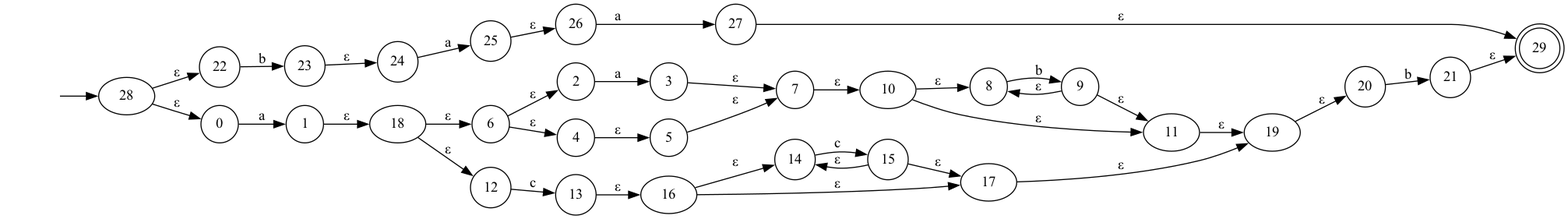
Before: NFA.gv.png, a diagram exported from Graphviz (oscarparedez/compiler-project-1). Its source is kept beside it as NFA.gv.
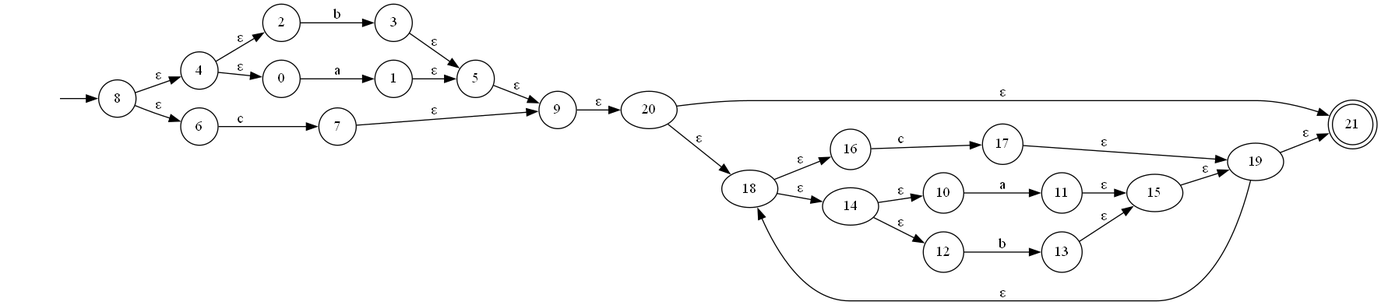
After the commit.

The edit, as a diff of the source:
```diff
@@ -1,64 +1,49 @@
 digraph NFA {
 	graph [rankdir=LR]
 	"" [label="" shape=plaintext]
-	29 [label=29 shape=doublecircle]
+	21 [label=21 shape=doublecircle]
+	9 [label=9 shape=circle]
+	16 [label=16 shape=circle]
+	4 [label=4 shape=circle]
+	17 [label=17 shape=circle]
+	5 [label=5 shape=circle]
+	3 [label=3 shape=circle]
+	10 [label=10 shape=circle]
+	8 [label=8 shape=circle]
+	6 [label=6 shape=circle]
+	7 [label=7 shape=circle]
+	11 [label=11 shape=circle]
+	1 [label=1 shape=circle]
+	12 [label=12 shape=circle]
 	2 [label=2 shape=circle]
-	26 [label=26 shape=circle]
-	21 [label=21 shape=circle]
-	9 [label=9 shape=circle]
-	3 [label=3 shape=circle]
 	13 [label=13 shape=circle]
-	22 [label=22 shape=circle]
-	20 [label=20 shape=circle]
-	14 [label=14 shape=circle]
-	6 [label=6 shape=circle]
-	12 [label=12 shape=circle]
-	4 [label=4 shape=circle]
-	25 [label=25 shape=circle]
-	24 [label=24 shape=circle]
 	0 [label=0 shape=circle]
-	8 [label=8 shape=circle]
-	15 [label=15 shape=circle]
-	23 [label=23 shape=circle]
-	1 [label=1 shape=circle]
-	5 [label=5 shape=circle]
-	7 [label=7 shape=circle]
-	27 [label=27 shape=circle]
-	"" -> 28 [label=""]
-	28 -> 0 [label="ε"]
-	28 -> 22 [label="ε"]
-	21 -> 29 [label="ε"]
-	27 -> 29 [label="ε"]
-	19 -> 20 [label="ε"]
-	1 -> 18 [label="ε"]
+	"" -> 8 [label=""]
+	9 -> 20 [label="ε"]
+	8 -> 6 [label="ε"]
+	8 -> 4 [label="ε"]
+	5 -> 9 [label="ε"]
+	7 -> 9 [label="ε"]
+	4 -> 2 [label="ε"]
+	4 -> 0 [label="ε"]
+	1 -> 5 [label="ε"]
+	3 -> 5 [label="ε"]
 	0 -> 1 [label=a]
-	18 -> 12 [label="ε"]
-	18 -> 6 [label="ε"]
-	11 -> 19 [label="ε"]
+	2 -> 3 [label=b]
+	6 -> 7 [label=c]
+	20 -> 21 [label="ε"]
+	20 -> 18 [label="ε"]
+	19 -> 18 [label="ε"]
+	19 -> 21 [label="ε"]
+	18 -> 16 [label="ε"]
+	18 -> 14 [label="ε"]
+	15 -> 19 [label="ε"]
 	17 -> 19 [label="ε"]
-	7 -> 10 [label="ε"]
-	6 -> 4 [label="ε"]
-	6 -> 2 [label="ε"]
-	3 -> 7 [label="ε"]
-	5 -> 7 [label="ε"]
-	2 -> 3 [label=a]
-	4 -> 5 [label="ε"]
-	10 -> 8 [label="ε"]
-	10 -> 11 [label="ε"]
-	9 -> 8 [label="ε"]
-	9 -> 11 [label="ε"]
-	8 -> 9 [label=b]
-	13 -> 16 [label="ε"]
-	12 -> 13 [label=c]
-	16 -> 17 [label="ε"]
-	16 -> 14 [label="ε"]
-	15 -> 17 [label="ε"]
-	15 -> 14 [label="ε"]
-	14 -> 15 [label=c]
-	20 -> 21 [label=b]
-	25 -> 26 [label="ε"]
-	23 -> 24 [label="ε"]
-	22 -> 23 [label=b]
-	24 -> 25 [label=a]
-	26 -> 27 [label=a]
+	14 -> 10 [label="ε"]
+	14 -> 12 [label="ε"]
+	11 -> 15 [label="ε"]
+	13 -> 15 [label="ε"]
+	10 -> 11 [label=a]
+	12 -> 13 [label=b]
+	16 -> 17 [label=c]
 }
```
